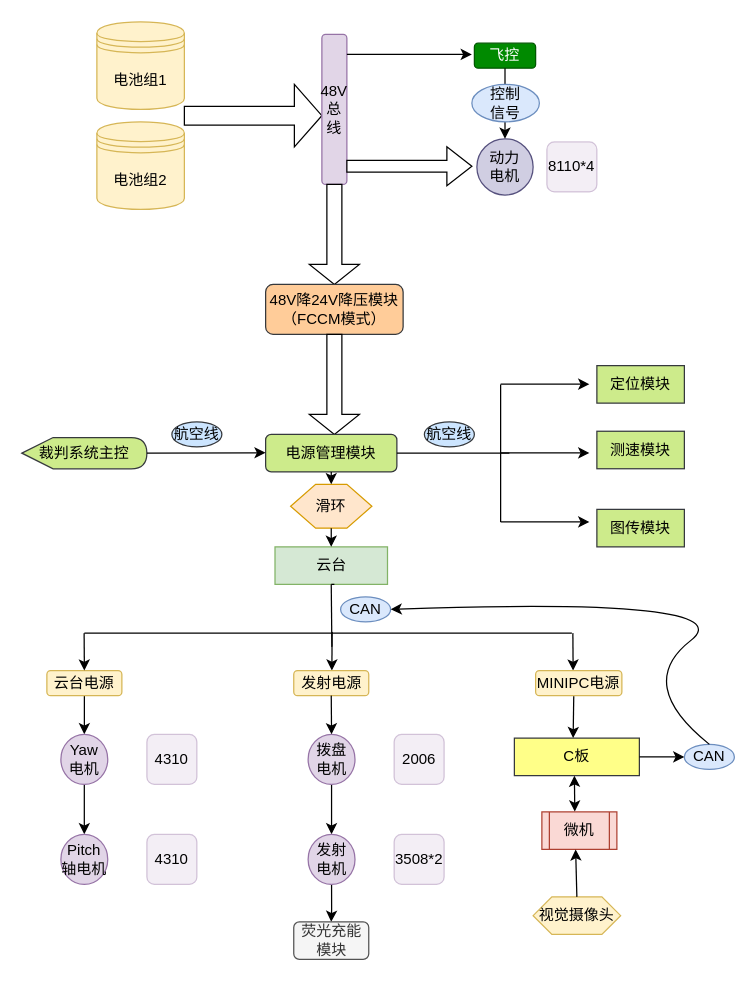
This is 未命名绘图.drawio from 1234560086/hello, a draw.io file, before an edit. Source tidied: cells renumbered, new cells numbered last; positions are measured from the earlier drawing's top-left corner, leaving out a move shared by most shapes. Both pictures are drawn from the tidied source at 125%, with x=0, y=0 at pixel (21, 21).
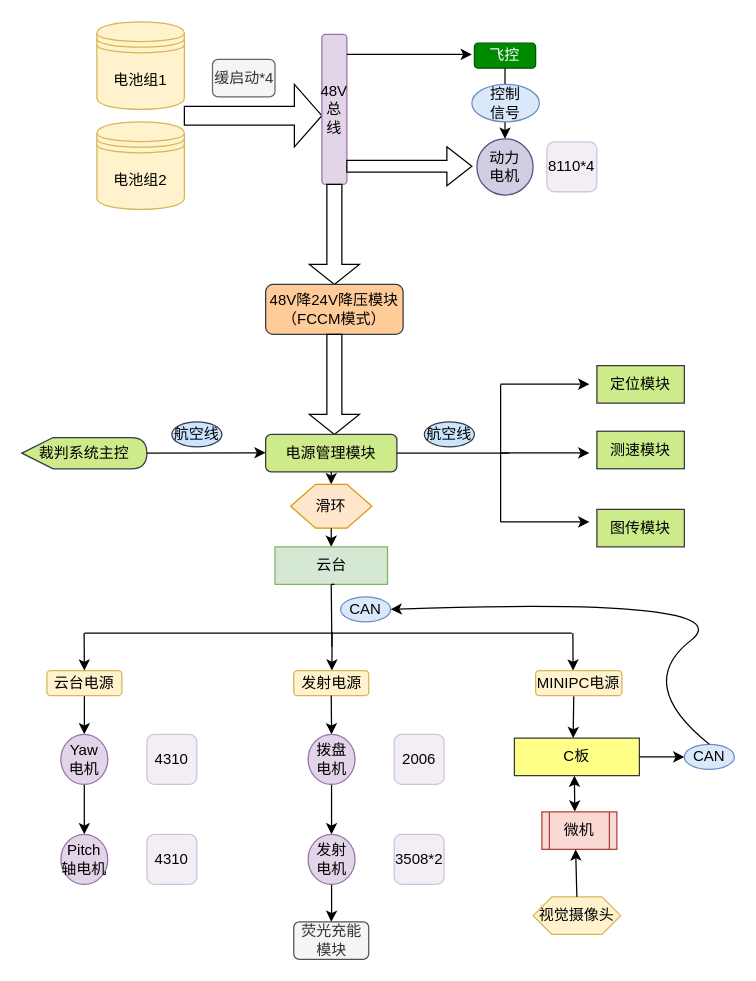
The same diagram, later.

Commit message:
更新未命名绘图.drawio

The edit, as a diff of the source:
```diff
@@
+    <mxCell id="66" value="缓启动*4" style="rounded=1;whiteSpace=wrap;html=1;fillColor=#f5f5f5;fontColor=#333333;strokeColor=#666666;" parent="1" vertex="1">
+      <mxGeometry x="152.5" y="30" width="50" height="30" as="geometry" />
+    </mxCell>
```
